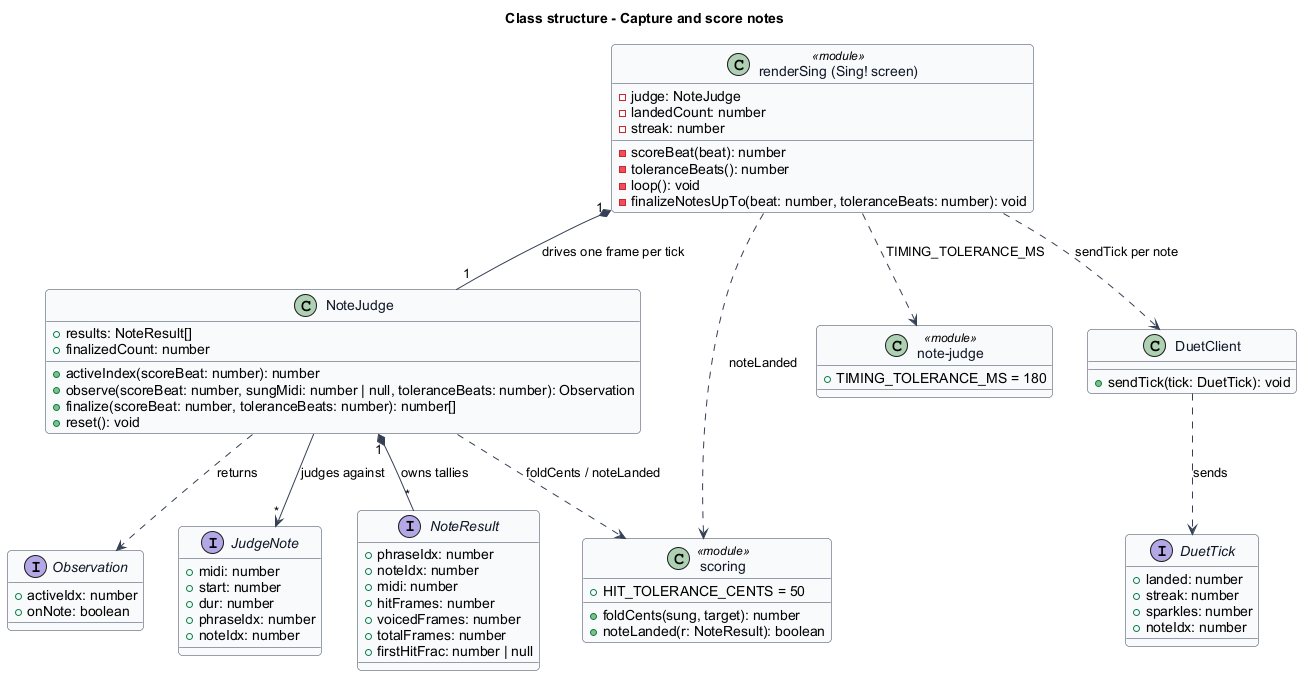
This is docs/detailed-designs/singing-gameplay/capture-and-score-notes/diagrams/class-structure.png from QuinntyneBrown/TwinkleTune, a PlantUML export, as it was before one commit.
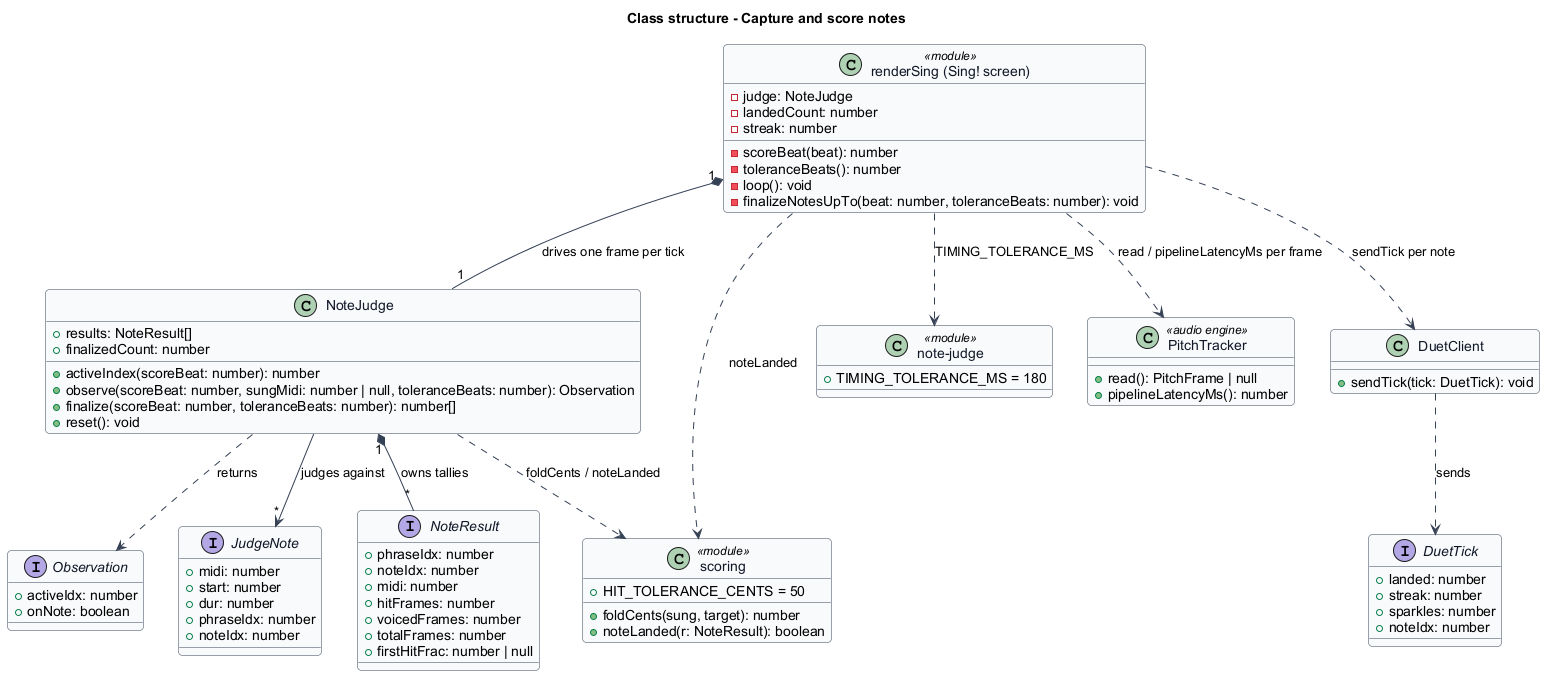
Above is the later version.

Change to the diagram source:
```diff
@@ -63,6 +63,11 @@
   +TIMING_TOLERANCE_MS = 180
 }
 
+class PitchTracker <<audio engine>> {
+  +read(): PitchFrame | null
+  +pipelineLatencyMs(): number
+}
+
 class DuetClient {
   +sendTick(tick: DuetTick): void
 }
@@ -81,6 +86,7 @@
 NoteJudge ..> Scoring : foldCents / noteLanded
 Sing ..> JudgeMod : TIMING_TOLERANCE_MS
 Sing ..> Scoring : noteLanded
+Sing ..> PitchTracker : read / pipelineLatencyMs per frame
 Sing ..> DuetClient : sendTick per note
 DuetClient ..> DuetTick : sends
 @enduml
```
